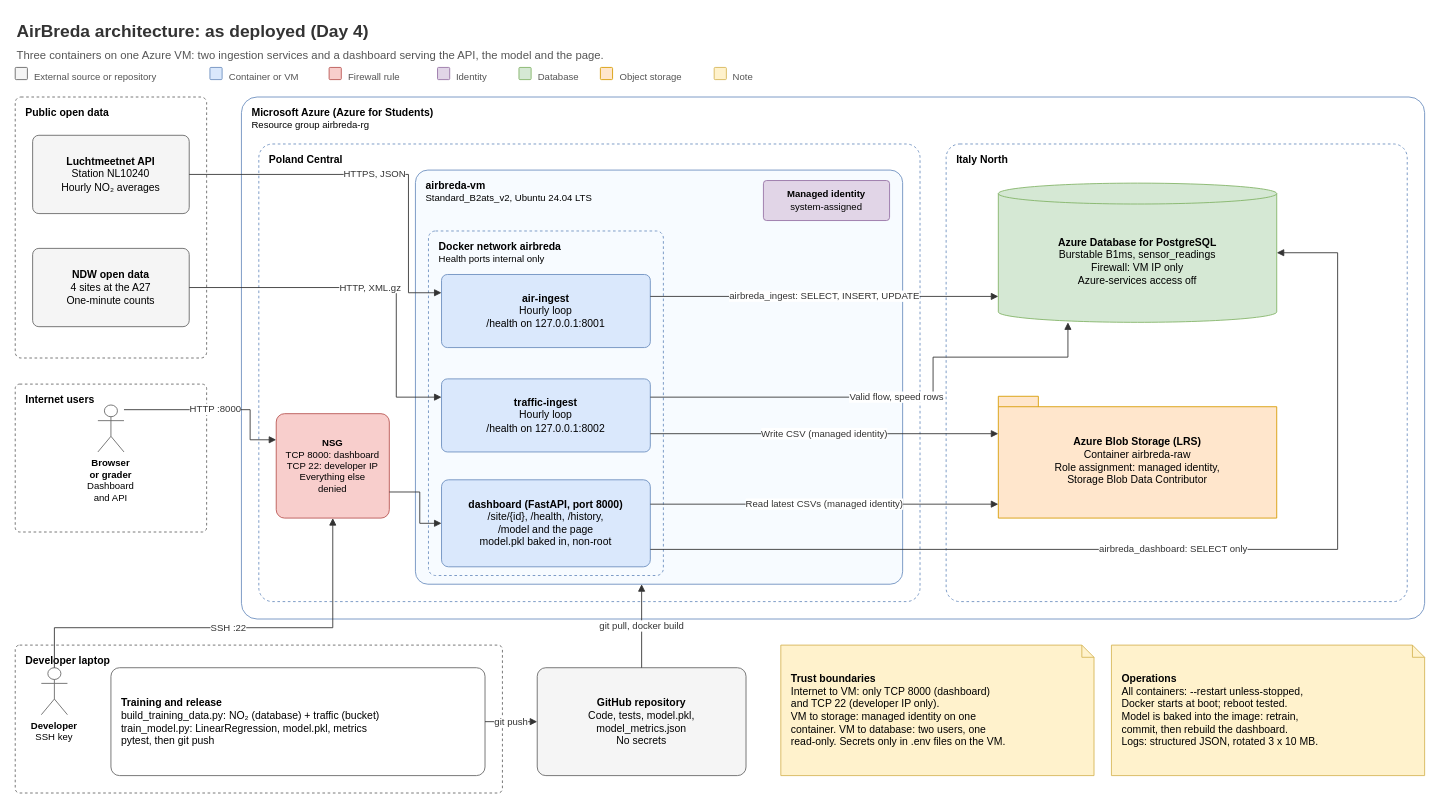
This is docs/diagrams/architecture-final.drawio from RayaKichukova241329/airbreda, a draw.io file, before an edit. Source tidied: cells renumbered, new cells numbered last; positions are measured from the earlier drawing's top-left corner, leaving out a move shared by most shapes. Both pictures are drawn from the tidied source at 87%, with x=0, y=0 at pixel (15, 15).
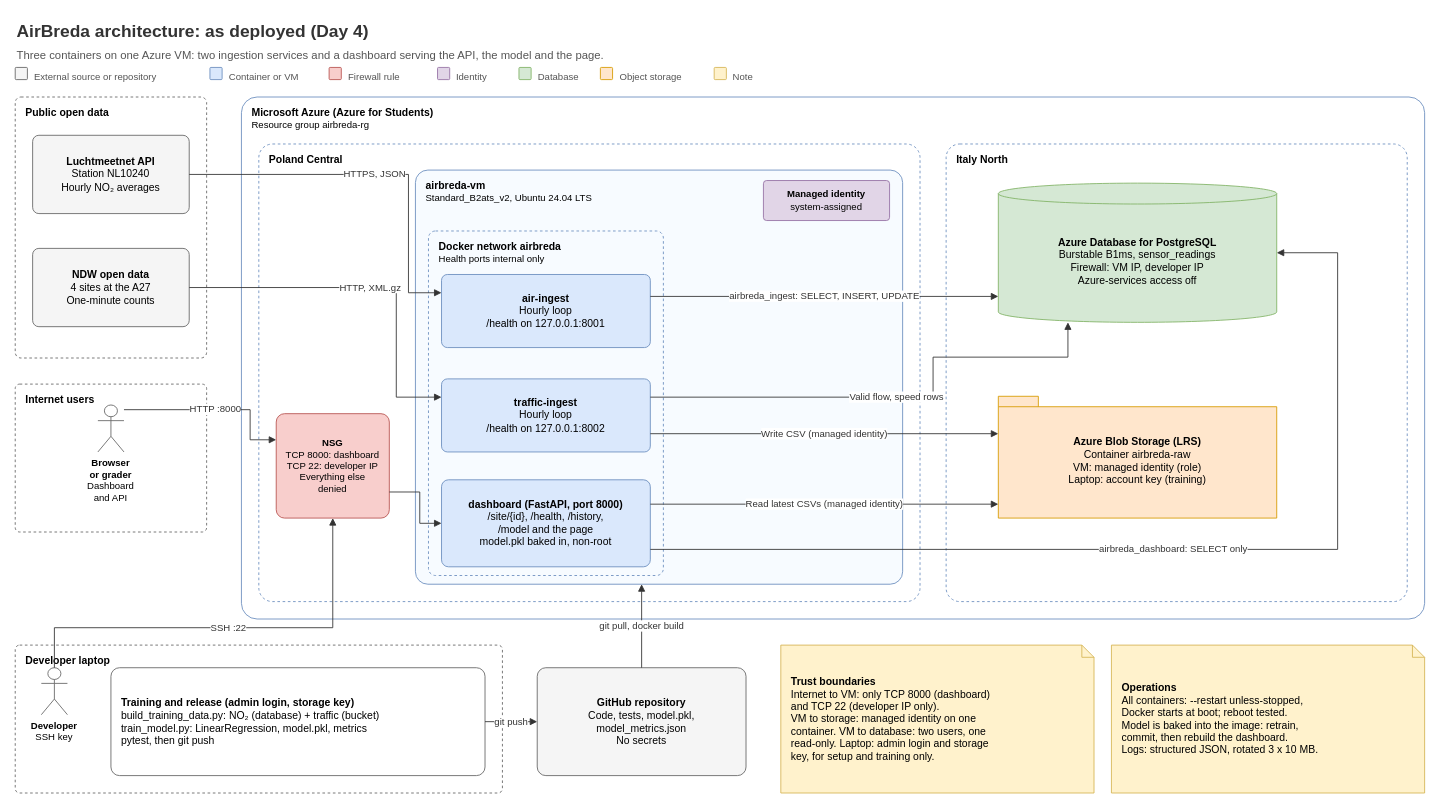
The same page after the edit.

Diff of the diagram source:
```diff
@@
-    <mxCell id="33" value="&lt;b&gt;Azure Database for PostgreSQL&lt;/b&gt;&lt;br&gt;Burstable B1ms, sensor_readings&lt;br&gt;Firewall: VM IP only&lt;br&gt;Azure-services access off" style="shape=cylinder3;boundedLbl=1;backgroundOutline=1;size=12;whiteSpace=wrap;html=1;fontFamily=Helvetica;fontSize=12;fillColor=#d5e8d4;strokeColor=#82b366;strokeWidth=1;align=center;verticalAlign=middle;" parent="1" vertex="1">
+    <mxCell id="33" value="&lt;b&gt;Azure Database for PostgreSQL&lt;/b&gt;&lt;br&gt;Burstable B1ms, sensor_readings&lt;br&gt;Firewall: VM IP, developer IP&lt;br&gt;Azure-services access off" style="shape=cylinder3;boundedLbl=1;backgroundOutline=1;size=12;whiteSpace=wrap;html=1;fontFamily=Helvetica;fontSize=12;fillColor=#d5e8d4;strokeColor=#82b366;strokeWidth=1;align=center;verticalAlign=middle;" parent="1" vertex="1">
       <mxGeometry x="1130" y="193" width="320" height="160" as="geometry" />
     </mxCell>
-    <mxCell id="34" value="&lt;b&gt;Azure Blob Storage (LRS)&lt;/b&gt;&lt;br&gt;Container airbreda-raw&lt;br&gt;Role assignment: managed identity,&lt;br&gt;Storage Blob Data Contributor" style="shape=folder;tabWidth=46;tabHeight=12;tabPosition=left;spacingTop=8;whiteSpace=wrap;html=1;fontFamily=Helvetica;fontSize=12;fillColor=#ffe6cc;strokeColor=#d79b00;strokeWidth=1;align=center;verticalAlign=middle;" parent="1" vertex="1">
+    <mxCell id="34" value="&lt;b&gt;Azure Blob Storage (LRS)&lt;/b&gt;&lt;br&gt;Container airbreda-raw&lt;br&gt;VM: managed identity (role)&lt;br&gt;Laptop: account key (training)" style="shape=folder;tabWidth=46;tabHeight=12;tabPosition=left;spacingTop=8;whiteSpace=wrap;html=1;fontFamily=Helvetica;fontSize=12;fillColor=#ffe6cc;strokeColor=#d79b00;strokeWidth=1;align=center;verticalAlign=middle;" parent="1" vertex="1">
       <mxGeometry x="1130" y="438" width="320" height="140" as="geometry" />
     </mxCell>
@@
-    <mxCell id="37" value="&lt;b&gt;Training and release&lt;/b&gt;&lt;br&gt;build_training_data.py: NO₂ (database) + traffic (bucket)&lt;br&gt;train_model.py: LinearRegression, model.pkl, metrics&lt;br&gt;pytest, then git push" style="rounded=1;arcSize=8;whiteSpace=wrap;html=1;fontFamily=Helvetica;fontSize=12;fillColor=#ffffff;strokeColor=#666666;strokeWidth=1;align=left;verticalAlign=middle;spacingLeft=10;" parent="1" vertex="1">
+    <mxCell id="37" value="&lt;b&gt;Training and release (admin login, storage key)&lt;/b&gt;&lt;br&gt;build_training_data.py: NO₂ (database) + traffic (bucket)&lt;br&gt;train_model.py: LinearRegression, model.pkl, metrics&lt;br&gt;pytest, then git push" style="rounded=1;arcSize=8;whiteSpace=wrap;html=1;fontFamily=Helvetica;fontSize=12;fillColor=#ffffff;strokeColor=#666666;strokeWidth=1;align=left;verticalAlign=middle;spacingLeft=10;" parent="1" vertex="1">
       <mxGeometry x="110" y="750" width="430" height="124" as="geometry" />
     </mxCell>
@@
-    <mxCell id="39" value="&lt;b&gt;Trust boundaries&lt;/b&gt;&lt;br&gt;Internet to VM: only TCP 8000 (dashboard)&lt;br&gt;and TCP 22 (developer IP only).&lt;br&gt;VM to storage: managed identity on one&lt;br&gt;container. VM to database: two users, one&lt;br&gt;read-only. Secrets only in .env files on the VM." style="shape=note;size=14;whiteSpace=wrap;html=1;fontFamily=Helvetica;fontSize=12;fillColor=#fff2cc;strokeColor=#d6b656;strokeWidth=1;align=left;verticalAlign=middle;spacingLeft=10;" parent="1" vertex="1">
-      <mxGeometry x="880" y="724" width="360" height="150" as="geometry" />
+    <mxCell id="39" value="&lt;b&gt;Trust boundaries&lt;/b&gt;&lt;br&gt;Internet to VM: only TCP 8000 (dashboard)&lt;br&gt;and TCP 22 (developer IP only).&lt;br&gt;VM to storage: managed identity on one&lt;br&gt;container. VM to database: two users, one&lt;br&gt;read-only. Laptop: admin login and storage&lt;br&gt;key, for setup and training only." style="shape=note;size=14;whiteSpace=wrap;html=1;fontFamily=Helvetica;fontSize=12;fillColor=#fff2cc;strokeColor=#d6b656;strokeWidth=1;align=left;verticalAlign=middle;spacingLeft=10;" parent="1" vertex="1">
+      <mxGeometry x="880" y="724" width="360" height="170" as="geometry" />
     </mxCell>
     <mxCell id="40" value="&lt;b&gt;Operations&lt;/b&gt;&lt;br&gt;All containers: --restart unless-stopped,&lt;br&gt;Docker starts at boot; reboot tested.&lt;br&gt;Model is baked into the image: retrain,&lt;br&gt;commit, then rebuild the dashboard.&lt;br&gt;Logs: structured JSON, rotated 3 x 10 MB." style="shape=note;size=14;whiteSpace=wrap;html=1;fontFamily=Helvetica;fontSize=12;fillColor=#fff2cc;strokeColor=#d6b656;strokeWidth=1;align=left;verticalAlign=middle;spacingLeft=10;" parent="1" vertex="1">
-      <mxGeometry x="1260" y="724" width="360" height="150" as="geometry" />
+      <mxGeometry x="1260" y="724" width="360" height="170" as="geometry" />
     </mxCell>
```
